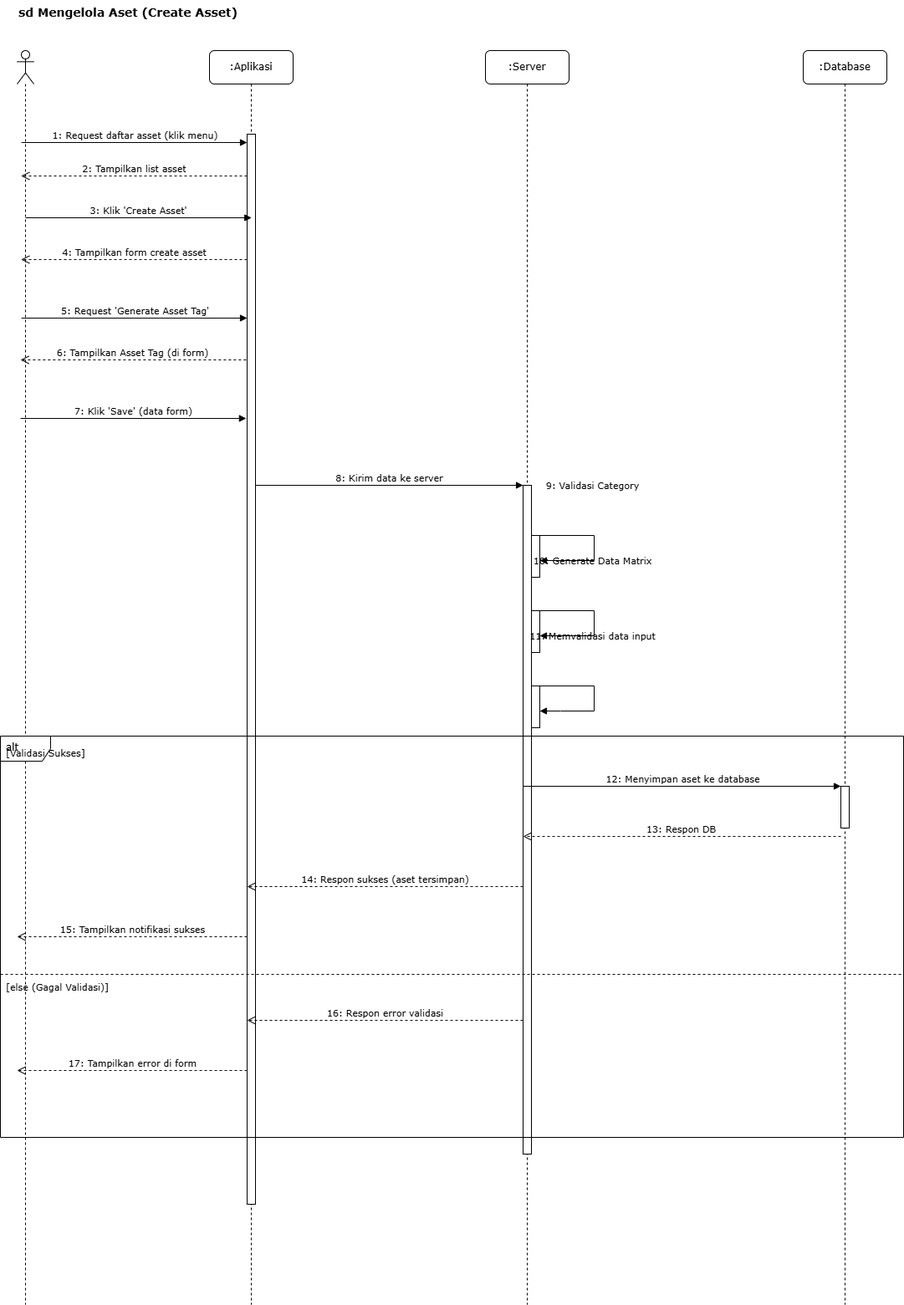
The draw.io diagram Diagram/sequence-diagram-skripsi-mengelola-aset-create.drawio.png in Rizz404/SKRIPSI_V2, before a commit. Source tidied: cells renumbered, new cells last; positions are measured from the earlier drawing's top-left corner, leaving out a move shared by most shapes.
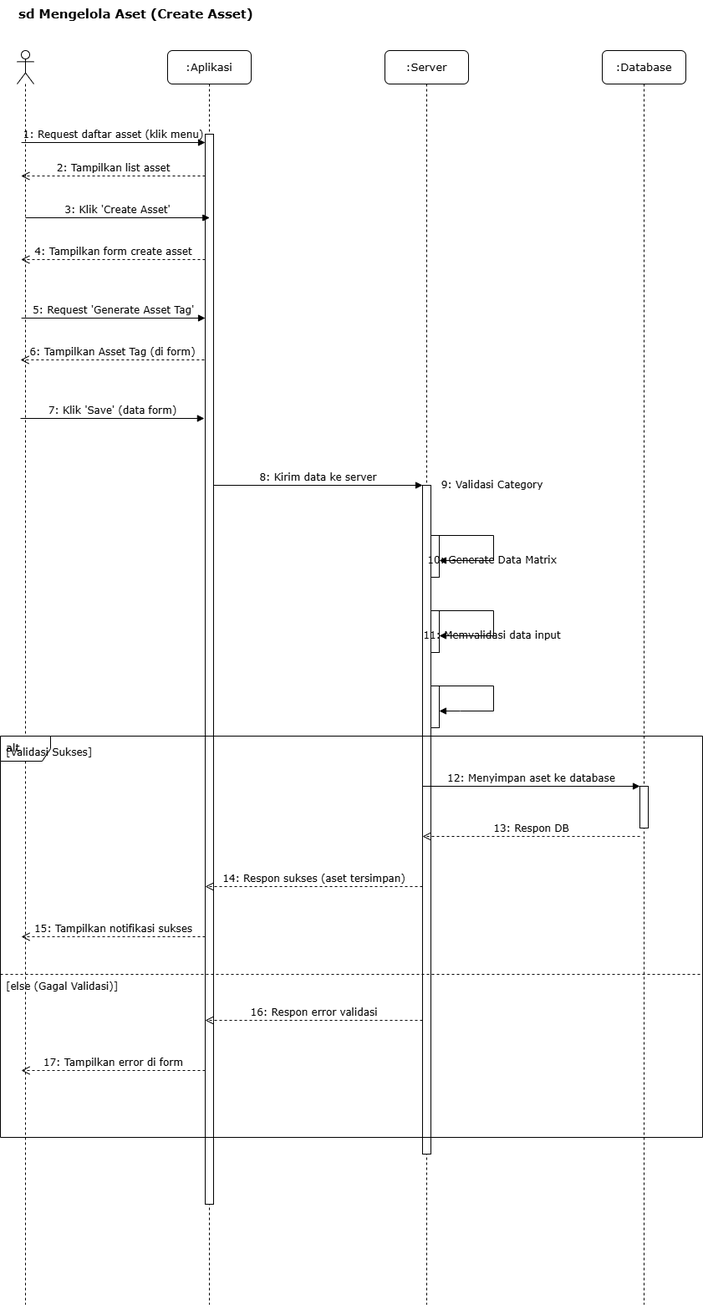
Later version of the same file.

The edit, as a diff of the source:
```diff
@@ -2,165 +2,165 @@
   <root>
     <mxCell id="0" />
     <mxCell id="1" parent="0" />
-    <mxCell id="2" value="sd Mengelola Aset (Create Asset)" style="text;html=1;strokeColor=none;fillColor=none;align=left;verticalAlign=top;whiteSpace=wrap;rounded=0;fontFamily=Verdana;fontSize=14;fontStyle=1;" parent="1" vertex="1">
-      <mxGeometry x="20" width="320" height="30" as="geometry" />
+    <mxCell id="2" value="sd Mengelola Aset (Create Asset)" style="text;html=1;strokeColor=none;fillColor=none;align=left;verticalAlign=top;whiteSpace=wrap;rounded=0;fontFamily=Verdana;fontSize=15;fontStyle=1;" parent="1" vertex="1">
+      <mxGeometry x="-60" width="320" height="30" as="geometry" />
     </mxCell>
     <mxCell id="3" style="shape=umlLifeline;perimeter=lifelinePerimeter;whiteSpace=wrap;html=1;newEdgeStyle={&quot;curved&quot;:0,&quot;rounded&quot;:0};participant=umlActor;" parent="1" vertex="1">
-      <mxGeometry x="20" y="60" width="20" height="1500" as="geometry" />
+      <mxGeometry x="-60" y="60" width="20" height="1500" as="geometry" />
     </mxCell>
-    <mxCell id="4" value=":Aplikasi" style="shape=umlLifeline;perimeter=lifelinePerimeter;whiteSpace=wrap;html=1;rounded=1;shadow=0;comic=0;labelBackgroundColor=none;strokeWidth=1;fontFamily=Verdana;fontSize=12;align=center;" parent="1" vertex="1">
-      <mxGeometry x="250" y="60" width="100" height="1500" as="geometry" />
+    <mxCell id="4" value=":Aplikasi" style="shape=umlLifeline;perimeter=lifelinePerimeter;whiteSpace=wrap;html=1;rounded=1;shadow=0;comic=0;labelBackgroundColor=none;strokeWidth=1;fontFamily=Verdana;fontSize=13;align=center;" parent="1" vertex="1">
+      <mxGeometry x="120" y="60" width="100" height="1500" as="geometry" />
     </mxCell>
-    <mxCell id="5" value=":Server" style="shape=umlLifeline;perimeter=lifelinePerimeter;whiteSpace=wrap;html=1;rounded=1;shadow=0;comic=0;labelBackgroundColor=none;strokeWidth=1;fontFamily=Verdana;fontSize=12;align=center;" parent="1" vertex="1">
-      <mxGeometry x="580" y="60" width="100" height="1500" as="geometry" />
+    <mxCell id="5" value=":Server" style="shape=umlLifeline;perimeter=lifelinePerimeter;whiteSpace=wrap;html=1;rounded=1;shadow=0;comic=0;labelBackgroundColor=none;strokeWidth=1;fontFamily=Verdana;fontSize=13;align=center;" parent="1" vertex="1">
+      <mxGeometry x="380" y="60" width="100" height="1500" as="geometry" />
     </mxCell>
-    <mxCell id="6" value=":Database" style="shape=umlLifeline;perimeter=lifelinePerimeter;whiteSpace=wrap;html=1;rounded=1;shadow=0;comic=0;labelBackgroundColor=none;strokeWidth=1;fontFamily=Verdana;fontSize=12;align=center;" parent="1" vertex="1">
-      <mxGeometry x="960" y="60" width="100" height="1500" as="geometry" />
+    <mxCell id="6" value=":Database" style="shape=umlLifeline;perimeter=lifelinePerimeter;whiteSpace=wrap;html=1;rounded=1;shadow=0;comic=0;labelBackgroundColor=none;strokeWidth=1;fontFamily=Verdana;fontSize=13;align=center;" parent="1" vertex="1">
+      <mxGeometry x="640" y="60" width="100" height="1500" as="geometry" />
     </mxCell>
     <mxCell id="7" style="html=1;points=[];perimeter=orthogonalPerimeter;fillColor=#ffffff;strokeColor=#000000;strokeWidth=1;" parent="1" vertex="1">
-      <mxGeometry x="295" y="160" width="10" height="1280" as="geometry" />
+      <mxGeometry x="165" y="160" width="10" height="1280" as="geometry" />
     </mxCell>
     <mxCell id="8" style="html=1;perimeter=orthogonalPerimeter;fillColor=#ffffff;strokeColor=#000000;strokeWidth=1;" parent="1" vertex="1">
-      <mxGeometry x="625" y="580" width="10" height="800" as="geometry" />
+      <mxGeometry x="425" y="580" width="10" height="800" as="geometry" />
     </mxCell>
     <mxCell id="9" style="html=1;perimeter=orthogonalPerimeter;fillColor=#ffffff;strokeColor=#000000;strokeWidth=1;" parent="1" vertex="1">
-      <mxGeometry x="1005" y="940" width="10" height="50" as="geometry" />
+      <mxGeometry x="685" y="940" width="10" height="50" as="geometry" />
     </mxCell>
-    <mxCell id="10" value="1: Request daftar asset (klik menu)" style="html=1;verticalAlign=bottom;labelBackgroundColor=none;endArrow=block;rounded=0;fontFamily=Verdana;fontSize=11;" parent="1" edge="1">
+    <mxCell id="10" value="1: Request daftar asset (klik menu)" style="html=1;verticalAlign=bottom;labelBackgroundColor=none;endArrow=block;rounded=0;fontFamily=Verdana;fontSize=12;" parent="1" edge="1">
       <mxGeometry relative="1" as="geometry">
-        <mxPoint x="25.1" y="170" as="sourcePoint" />
-        <mxPoint x="295" y="170" as="targetPoint" />
+        <mxPoint x="-54.9" y="170" as="sourcePoint" />
+        <mxPoint x="165" y="170" as="targetPoint" />
       </mxGeometry>
     </mxCell>
-    <mxCell id="11" value="2: Tampilkan list asset" style="html=1;verticalAlign=bottom;endArrow=open;dashed=1;endSize=8;labelBackgroundColor=none;fontFamily=Verdana;fontSize=11;" parent="1" edge="1">
+    <mxCell id="11" value="2: Tampilkan list asset" style="html=1;verticalAlign=bottom;endArrow=open;dashed=1;endSize=8;labelBackgroundColor=none;fontFamily=Verdana;fontSize=12;" parent="1" edge="1">
       <mxGeometry relative="1" as="geometry">
-        <mxPoint x="295" y="210" as="sourcePoint" />
-        <mxPoint x="24.8" y="210" as="targetPoint" />
+        <mxPoint x="165" y="210" as="sourcePoint" />
+        <mxPoint x="-55.2" y="210" as="targetPoint" />
       </mxGeometry>
     </mxCell>
-    <mxCell id="12" value="3: Klik 'Create Asset'" style="html=1;verticalAlign=bottom;labelBackgroundColor=none;endArrow=block;rounded=0;fontFamily=Verdana;fontSize=11;" parent="1" edge="1">
+    <mxCell id="12" value="3: Klik 'Create Asset'" style="html=1;verticalAlign=bottom;labelBackgroundColor=none;endArrow=block;rounded=0;fontFamily=Verdana;fontSize=12;" parent="1" edge="1">
       <mxGeometry relative="1" as="geometry">
-        <mxPoint x="30" y="260" as="sourcePoint" />
-        <mxPoint x="300.2" y="260" as="targetPoint" />
+        <mxPoint x="-50" y="260" as="sourcePoint" />
+        <mxPoint x="170.2" y="260" as="targetPoint" />
       </mxGeometry>
     </mxCell>
-    <mxCell id="13" value="4: Tampilkan form create asset" style="html=1;verticalAlign=bottom;endArrow=open;dashed=1;endSize=8;labelBackgroundColor=none;fontFamily=Verdana;fontSize=11;" parent="1" edge="1">
+    <mxCell id="13" value="4: Tampilkan form create asset" style="html=1;verticalAlign=bottom;endArrow=open;dashed=1;endSize=8;labelBackgroundColor=none;fontFamily=Verdana;fontSize=12;" parent="1" edge="1">
       <mxGeometry relative="1" as="geometry">
-        <mxPoint x="295" y="310" as="sourcePoint" />
-        <mxPoint x="24.8" y="310" as="targetPoint" />
+        <mxPoint x="165" y="310" as="sourcePoint" />
+        <mxPoint x="-55.2" y="310" as="targetPoint" />
       </mxGeometry>
     </mxCell>
-    <mxCell id="14" value="5: Request 'Generate Asset Tag'" style="html=1;verticalAlign=bottom;labelBackgroundColor=none;endArrow=block;rounded=0;fontFamily=Verdana;fontSize=11;" parent="1" edge="1">
+    <mxCell id="14" value="5: Request 'Generate Asset Tag'" style="html=1;verticalAlign=bottom;labelBackgroundColor=none;endArrow=block;rounded=0;fontFamily=Verdana;fontSize=12;" parent="1" edge="1">
       <mxGeometry relative="1" as="geometry">
-        <mxPoint x="25.1" y="380" as="sourcePoint" />
-        <mxPoint x="295" y="380" as="targetPoint" />
+        <mxPoint x="-54.9" y="380" as="sourcePoint" />
+        <mxPoint x="165" y="380" as="targetPoint" />
       </mxGeometry>
     </mxCell>
-    <mxCell id="15" value="6: Tampilkan Asset Tag (di form)" style="html=1;verticalAlign=bottom;endArrow=open;dashed=1;endSize=8;labelBackgroundColor=none;fontFamily=Verdana;fontSize=11;" parent="1" edge="1">
+    <mxCell id="15" value="6: Tampilkan Asset Tag (di form)" style="html=1;verticalAlign=bottom;endArrow=open;dashed=1;endSize=8;labelBackgroundColor=none;fontFamily=Verdana;fontSize=12;" parent="1" edge="1">
       <mxGeometry relative="1" as="geometry">
-        <mxPoint x="293.9" y="430" as="sourcePoint" />
-        <mxPoint x="24" y="430" as="targetPoint" />
+        <mxPoint x="163.9" y="430" as="sourcePoint" />
+        <mxPoint x="-56" y="430" as="targetPoint" />
       </mxGeometry>
     </mxCell>
-    <mxCell id="16" value="7: Klik 'Save' (data form)" style="html=1;verticalAlign=bottom;labelBackgroundColor=none;endArrow=block;rounded=0;fontFamily=Verdana;fontSize=11;" parent="1" edge="1">
+    <mxCell id="16" value="7: Klik 'Save' (data form)" style="html=1;verticalAlign=bottom;labelBackgroundColor=none;endArrow=block;rounded=0;fontFamily=Verdana;fontSize=12;" parent="1" edge="1">
       <mxGeometry relative="1" as="geometry">
-        <mxPoint x="24" y="500" as="sourcePoint" />
-        <mxPoint x="293.9" y="500" as="targetPoint" />
+        <mxPoint x="-56" y="500" as="sourcePoint" />
+        <mxPoint x="163.9" y="500" as="targetPoint" />
       </mxGeometry>
     </mxCell>
-    <mxCell id="17" value="8: Kirim data ke server" style="html=1;verticalAlign=bottom;endArrow=block;labelBackgroundColor=none;fontFamily=Verdana;fontSize=11;" parent="1" edge="1" source="7">
+    <mxCell id="17" value="8: Kirim data ke server" style="html=1;verticalAlign=bottom;endArrow=block;labelBackgroundColor=none;fontFamily=Verdana;fontSize=12;" parent="1" edge="1" source="7">
       <mxGeometry relative="1" as="geometry">
-        <mxPoint x="625" y="580" as="targetPoint" />
+        <mxPoint x="425" y="580" as="targetPoint" />
       </mxGeometry>
     </mxCell>
     <mxCell id="18" style="html=1;points=[];perimeter=orthogonalPerimeter;fillColor=#ffffff;strokeColor=#000000;strokeWidth=1;" parent="1" vertex="1">
-      <mxGeometry x="635" y="640" width="10" height="50" as="geometry" />
+      <mxGeometry x="435" y="640" width="10" height="50" as="geometry" />
     </mxCell>
-    <mxCell id="19" value="9: Validasi Category" style="html=1;verticalAlign=bottom;endArrow=block;curved=0;labelBackgroundColor=none;fontFamily=Verdana;fontSize=11;rounded=0;" parent="1" edge="1" target="18">
+    <mxCell id="19" value="9: Validasi Category" style="html=1;verticalAlign=bottom;endArrow=block;curved=0;labelBackgroundColor=none;fontFamily=Verdana;fontSize=12;rounded=0;" parent="1" edge="1" target="18">
       <mxGeometry x="-0.13" y="41" relative="1" as="geometry">
-        <mxPoint x="635" y="640" as="sourcePoint" />
+        <mxPoint x="435" y="640" as="sourcePoint" />
         <Array as="points">
-          <mxPoint x="710" y="640" />
-          <mxPoint x="710" y="670" />
-          <mxPoint x="670" y="670" />
+          <mxPoint x="510" y="640" />
+          <mxPoint x="510" y="670" />
+          <mxPoint x="470" y="670" />
         </Array>
         <mxPoint x="-1" y="-10" as="offset" />
       </mxGeometry>
     </mxCell>
     <mxCell id="20" style="html=1;points=[];perimeter=orthogonalPerimeter;fillColor=#ffffff;strokeColor=#000000;strokeWidth=1;" parent="1" vertex="1">
-      <mxGeometry x="635" y="730" width="10" height="50" as="geometry" />
+      <mxGeometry x="435" y="730" width="10" height="50" as="geometry" />
     </mxCell>
-    <mxCell id="21" value="10: Generate Data Matrix" style="html=1;verticalAlign=bottom;endArrow=block;curved=0;labelBackgroundColor=none;fontFamily=Verdana;fontSize=11;rounded=0;" parent="1" edge="1" target="20">
+    <mxCell id="21" value="10: Generate Data Matrix" style="html=1;verticalAlign=bottom;endArrow=block;curved=0;labelBackgroundColor=none;fontFamily=Verdana;fontSize=12;rounded=0;" parent="1" edge="1" target="20">
       <mxGeometry x="-0.13" y="41" relative="1" as="geometry">
-        <mxPoint x="635" y="730" as="sourcePoint" />
+        <mxPoint x="435" y="730" as="sourcePoint" />
         <Array as="points">
-          <mxPoint x="710" y="730" />
-          <mxPoint x="710" y="760" />
-          <mxPoint x="670" y="760" />
+          <mxPoint x="510" y="730" />
+          <mxPoint x="510" y="760" />
+          <mxPoint x="470" y="760" />
         </Array>
         <mxPoint x="-1" y="-10" as="offset" />
       </mxGeometry>
     </mxCell>
     <mxCell id="22" style="html=1;points=[];perimeter=orthogonalPerimeter;fillColor=#ffffff;strokeColor=#000000;strokeWidth=1;" parent="1" vertex="1">
-      <mxGeometry x="635" y="820" width="10" height="50" as="geometry" />
+      <mxGeometry x="435" y="820" width="10" height="50" as="geometry" />
     </mxCell>
-    <mxCell id="23" value="11: Memvalidasi data input" style="html=1;verticalAlign=bottom;endArrow=block;curved=0;labelBackgroundColor=none;fontFamily=Verdana;fontSize=11;rounded=0;" parent="1" edge="1" target="22">
+    <mxCell id="23" value="11: Memvalidasi data input" style="html=1;verticalAlign=bottom;endArrow=block;curved=0;labelBackgroundColor=none;fontFamily=Verdana;fontSize=12;rounded=0;" parent="1" edge="1" target="22">
       <mxGeometry x="-0.13" y="41" relative="1" as="geometry">
-        <mxPoint x="635" y="820" as="sourcePoint" />
+        <mxPoint x="435" y="820" as="sourcePoint" />
         <Array as="points">
-          <mxPoint x="710" y="820" />
-          <mxPoint x="710" y="850" />
-          <mxPoint x="670" y="850" />
+          <mxPoint x="510" y="820" />
+          <mxPoint x="510" y="850" />
+          <mxPoint x="470" y="850" />
         </Array>
         <mxPoint x="-1" y="-10" as="offset" />
       </mxGeometry>
     </mxCell>
-    <mxCell id="24" value="alt" style="shape=umlFrame;whiteSpace=wrap;html=1;verticalAlign=top;align=left;spacingLeft=5;fontFamily=Verdana;fontSize=12;" parent="1" vertex="1">
-      <mxGeometry y="880" width="1080" height="480" as="geometry" />
+    <mxCell id="24" value="alt" style="shape=umlFrame;whiteSpace=wrap;html=1;verticalAlign=top;align=left;spacingLeft=5;fontFamily=Verdana;fontSize=13;" parent="1" vertex="1">
+      <mxGeometry x="-80" y="880" width="840" height="480" as="geometry" />
     </mxCell>
-    <mxCell id="25" value="[Validasi Sukses]" style="text;html=1;align=left;verticalAlign=middle;strokeColor=none;fillColor=none;fontFamily=Verdana;fontSize=11;" parent="24" vertex="1">
-      <mxGeometry x="5" y="5" width="110" height="30" as="geometry" />
+    <mxCell id="25" value="[Validasi Sukses]" style="text;html=1;align=left;verticalAlign=middle;strokeColor=none;fillColor=none;fontFamily=Verdana;fontSize=12;" parent="24" vertex="1">
+      <mxGeometry x="5" y="5" width="120" height="30" as="geometry" />
     </mxCell>
-    <mxCell id="26" value="12: Menyimpan aset ke database" style="html=1;verticalAlign=bottom;endArrow=block;labelBackgroundColor=none;fontFamily=Verdana;fontSize=11;" parent="24" edge="1">
+    <mxCell id="26" value="12: Menyimpan aset ke database" style="html=1;verticalAlign=bottom;endArrow=block;labelBackgroundColor=none;fontFamily=Verdana;fontSize=12;" parent="24" edge="1">
       <mxGeometry relative="1" as="geometry">
-        <mxPoint x="625" y="60" as="sourcePoint" />
-        <mxPoint x="1005" y="60" as="targetPoint" />
+        <mxPoint x="505" y="60" as="sourcePoint" />
+        <mxPoint x="765" y="60" as="targetPoint" />
       </mxGeometry>
     </mxCell>
-    <mxCell id="27" value="13: Respon DB" style="html=1;verticalAlign=bottom;endArrow=open;dashed=1;endSize=8;labelBackgroundColor=none;fontFamily=Verdana;fontSize=11;" parent="24" edge="1">
+    <mxCell id="27" value="13: Respon DB" style="html=1;verticalAlign=bottom;endArrow=open;dashed=1;endSize=8;labelBackgroundColor=none;fontFamily=Verdana;fontSize=12;" parent="24" edge="1">
       <mxGeometry relative="1" as="geometry">
-        <mxPoint x="1005" y="120" as="sourcePoint" />
-        <mxPoint x="625" y="120" as="targetPoint" />
+        <mxPoint x="765" y="120" as="sourcePoint" />
+        <mxPoint x="505" y="120" as="targetPoint" />
       </mxGeometry>
     </mxCell>
-    <mxCell id="28" value="14: Respon sukses (aset tersimpan)" style="html=1;verticalAlign=bottom;endArrow=open;dashed=1;endSize=8;labelBackgroundColor=none;fontFamily=Verdana;fontSize=11;" parent="24" edge="1">
+    <mxCell id="28" value="14: Respon sukses (aset tersimpan)" style="html=1;verticalAlign=bottom;endArrow=open;dashed=1;endSize=8;labelBackgroundColor=none;fontFamily=Verdana;fontSize=12;" parent="24" edge="1">
       <mxGeometry relative="1" as="geometry">
-        <mxPoint x="625" y="180" as="sourcePoint" />
-        <mxPoint x="295" y="180" as="targetPoint" />
+        <mxPoint x="505" y="180" as="sourcePoint" />
+        <mxPoint x="245" y="180" as="targetPoint" />
       </mxGeometry>
     </mxCell>
-    <mxCell id="29" value="15: Tampilkan notifikasi sukses" style="html=1;verticalAlign=bottom;endArrow=open;dashed=1;endSize=8;labelBackgroundColor=none;fontFamily=Verdana;fontSize=11;" parent="24" edge="1">
+    <mxCell id="29" value="15: Tampilkan notifikasi sukses" style="html=1;verticalAlign=bottom;endArrow=open;dashed=1;endSize=8;labelBackgroundColor=none;fontFamily=Verdana;fontSize=12;" parent="24" edge="1">
       <mxGeometry relative="1" as="geometry">
-        <mxPoint x="295" y="240" as="sourcePoint" />
-        <mxPoint x="20" y="240" as="targetPoint" />
+        <mxPoint x="245" y="240" as="sourcePoint" />
+        <mxPoint x="25" y="240" as="targetPoint" />
       </mxGeometry>
     </mxCell>
     <mxCell id="30" style="line;html=1;strokeWidth=1;dashed=1;align=center;verticalAlign=middle;" parent="24" vertex="1">
-      <mxGeometry y="280" width="1080" height="10" as="geometry" />
+      <mxGeometry y="280" width="840" height="10" as="geometry" />
     </mxCell>
-    <mxCell id="31" value="[else (Gagal Validasi)]" style="text;html=1;align=left;verticalAlign=middle;strokeColor=none;fillColor=none;fontFamily=Verdana;fontSize=11;" parent="24" vertex="1">
-      <mxGeometry x="5" y="285" width="140" height="30" as="geometry" />
+    <mxCell id="31" value="[else (Gagal Validasi)]" style="text;html=1;align=left;verticalAlign=middle;strokeColor=none;fillColor=none;fontFamily=Verdana;fontSize=12;" parent="24" vertex="1">
+      <mxGeometry x="5" y="285" width="150" height="30" as="geometry" />
     </mxCell>
-    <mxCell id="32" value="16: Respon error validasi" style="html=1;verticalAlign=bottom;endArrow=open;dashed=1;endSize=8;labelBackgroundColor=none;fontFamily=Verdana;fontSize=11;" parent="24" edge="1">
+    <mxCell id="32" value="16: Respon error validasi" style="html=1;verticalAlign=bottom;endArrow=open;dashed=1;endSize=8;labelBackgroundColor=none;fontFamily=Verdana;fontSize=12;" parent="24" edge="1">
       <mxGeometry relative="1" as="geometry">
-        <mxPoint x="625" y="340" as="sourcePoint" />
-        <mxPoint x="295" y="340" as="targetPoint" />
+        <mxPoint x="505" y="340" as="sourcePoint" />
+        <mxPoint x="245" y="340" as="targetPoint" />
       </mxGeometry>
     </mxCell>
-    <mxCell id="33" value="17: Tampilkan error di form" style="html=1;verticalAlign=bottom;endArrow=open;dashed=1;endSize=8;labelBackgroundColor=none;fontFamily=Verdana;fontSize=11;" parent="24" edge="1">
+    <mxCell id="33" value="17: Tampilkan error di form" style="html=1;verticalAlign=bottom;endArrow=open;dashed=1;endSize=8;labelBackgroundColor=none;fontFamily=Verdana;fontSize=12;" parent="24" edge="1">
       <mxGeometry relative="1" as="geometry">
-        <mxPoint x="295" y="400" as="sourcePoint" />
-        <mxPoint x="20" y="400" as="targetPoint" />
+        <mxPoint x="245" y="400" as="sourcePoint" />
+        <mxPoint x="25" y="400" as="targetPoint" />
       </mxGeometry>
     </mxCell>
   </root>
```
